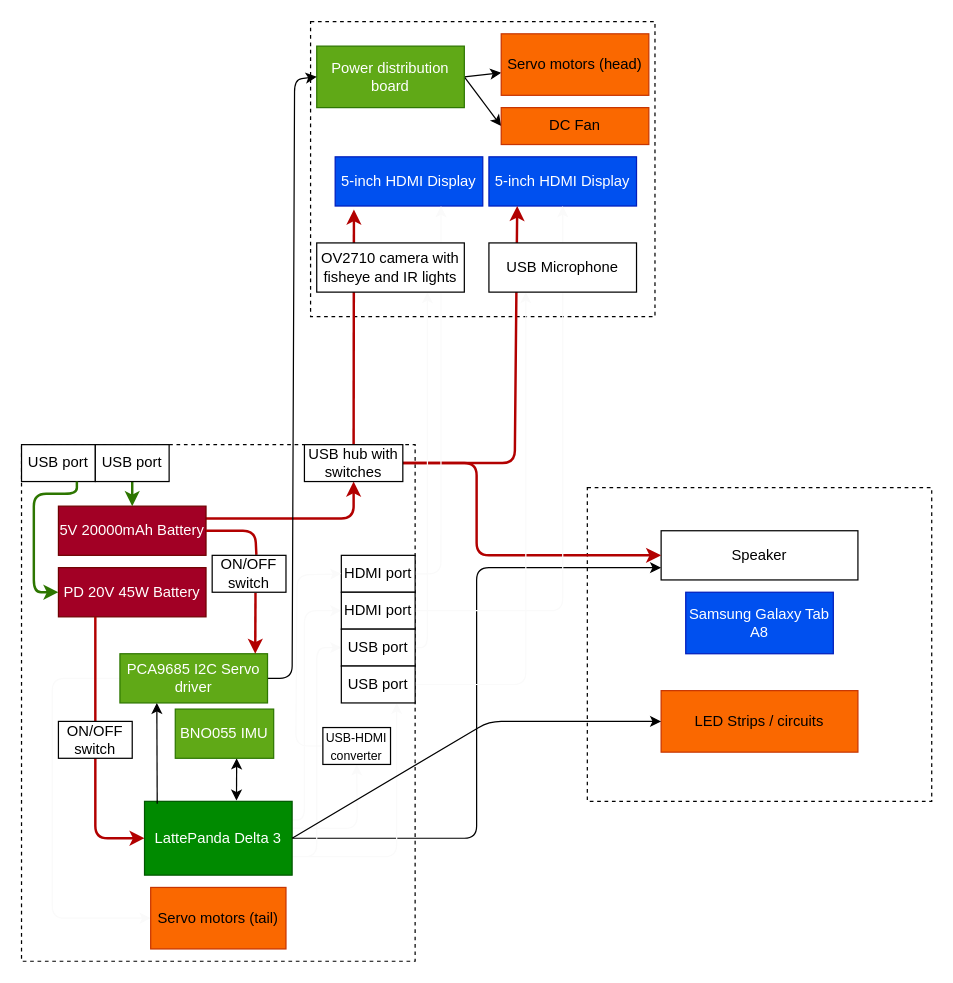
This is Hardware.drawio from MekhyW/DYNAMO-Electronic_Fursuit-2.0, a draw.io file, before an edit. Source tidied: cells renumbered, new cells numbered last; positions are measured from the earlier drawing's top-left corner, leaving out a move shared by most shapes. Both pictures are drawn from the tidied source at 123%, with x=0, y=0 at pixel (21, 21).
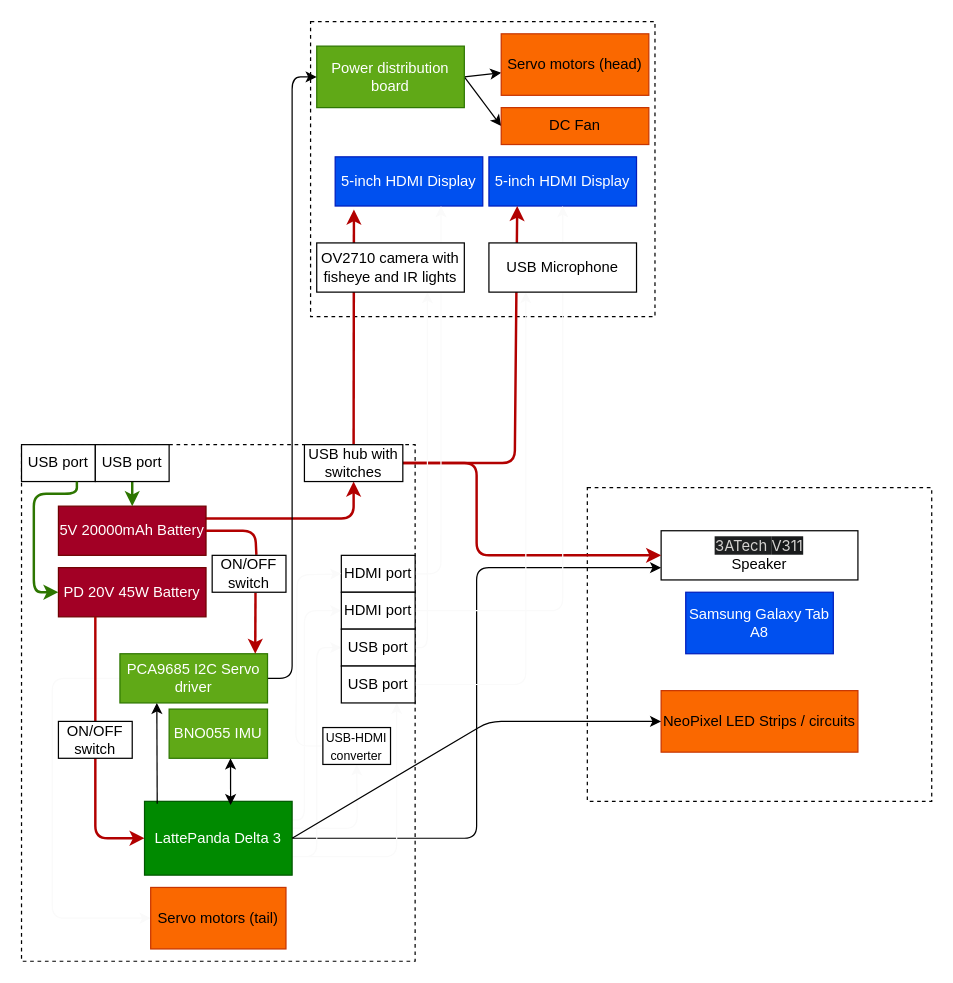
After the change.

The change refers to these unchanged cells:
```xml
<mxCell id="5" value="Power distribution board" style="rounded=0;whiteSpace=wrap;html=1;fillColor=#60a917;fontColor=#ffffff;strokeColor=#2D7600;" parent="1" vertex="1">
  <mxGeometry x="240" y="20" width="120" height="50" as="geometry" />
</mxCell>
<mxCell id="19" value="LattePanda Delta 3" style="rounded=0;whiteSpace=wrap;html=1;fillColor=#008a00;fontColor=#ffffff;strokeColor=#005700;" parent="1" vertex="1">
  <mxGeometry x="100" y="634" width="120" height="60" as="geometry" />
</mxCell>
<mxCell id="24" value="PCA9685 I2C Servo driver" style="rounded=0;whiteSpace=wrap;html=1;fillColor=#60a917;fontColor=#ffffff;strokeColor=#2D7600;" parent="1" vertex="1">
  <mxGeometry x="80" y="514" width="120" height="40" as="geometry" />
</mxCell>
```

Change to the diagram source:
```diff
@@
-    <mxCell id="20" value="Speaker" style="rounded=0;whiteSpace=wrap;html=1;" parent="1" vertex="1">
+    <mxCell id="20" value="&lt;font style=&quot;&quot;&gt;&lt;span style=&quot;font-size: 12px; color: rgba(232, 230, 227, 0.9); font-family: &amp;quot;Proxima Nova&amp;quot;, -apple-system, Roboto, Arial, sans-serif; text-align: left; background-color: rgb(30, 32, 33);&quot;&gt;3ATech&amp;nbsp;&lt;/span&gt;&lt;span style=&quot;color: rgba(232, 230, 227, 0.9); font-family: &amp;quot;Proxima Nova&amp;quot;, -apple-system, Roboto, Arial, sans-serif; text-align: left; background-color: rgb(24, 26, 27);&quot;&gt;V311&lt;/span&gt;&lt;span style=&quot;font-size: 12px; color: rgba(232, 230, 227, 0.9); font-family: &amp;quot;Proxima Nova&amp;quot;, -apple-system, Roboto, Arial, sans-serif; text-align: left; background-color: rgb(30, 32, 33);&quot;&gt;&lt;br&gt;&lt;/span&gt;Speaker&lt;/font&gt;" style="rounded=0;whiteSpace=wrap;html=1;" parent="1" vertex="1">
       <mxGeometry x="520" y="414" width="160" height="40" as="geometry" />
     </mxCell>
@@
     <mxCell id="22" style="edgeStyle=none;html=1;exitX=1;exitY=0.5;exitDx=0;exitDy=0;entryX=0;entryY=0.5;entryDx=0;entryDy=0;" parent="1" edge="1" source="24" target="5">
       <mxGeometry relative="1" as="geometry">
         <Array as="points">
           <mxPoint x="220" y="534" />
-          <mxPoint x="222" y="47" />
+          <mxPoint x="220" y="45" />
         </Array>
       </mxGeometry>
     </mxCell>
@@
-    <mxCell id="35" value="LED Strips / circuits" style="rounded=0;whiteSpace=wrap;html=1;fillColor=#fa6800;fontColor=#000000;strokeColor=#C73500;" parent="1" vertex="1">
+    <mxCell id="35" value="NeoPixel LED Strips / circuits" style="rounded=0;whiteSpace=wrap;html=1;fillColor=#fa6800;fontColor=#000000;strokeColor=#C73500;" parent="1" vertex="1">
       <mxGeometry x="520" y="544" width="160" height="50" as="geometry" />
     </mxCell>
@@
-    <mxCell id="38" style="edgeStyle=none;html=1;entryX=0.623;entryY=-0.01;entryDx=0;entryDy=0;exitX=0.624;exitY=1;exitDx=0;exitDy=0;exitPerimeter=0;startArrow=classic;startFill=1;entryPerimeter=0;" parent="1" edge="1" source="39" target="19">
-      <mxGeometry relative="1" as="geometry" />
+    <mxCell id="38" style="edgeStyle=none;html=1;exitX=0.624;exitY=1;exitDx=0;exitDy=0;exitPerimeter=0;startArrow=classic;startFill=1;" parent="1" edge="1" source="39">
+      <mxGeometry relative="1" as="geometry">
+        <mxPoint x="170" y="637" as="targetPoint" />
+      </mxGeometry>
     </mxCell>
     <mxCell id="39" value="BNO055 IMU" style="rounded=0;whiteSpace=wrap;html=1;fillColor=#60a917;fontColor=#ffffff;strokeColor=#2D7600;" parent="1" vertex="1">
-      <mxGeometry x="125" y="559" width="80" height="40" as="geometry" />
+      <mxGeometry x="120" y="559" width="80" height="40" as="geometry" />
     </mxCell>
```
